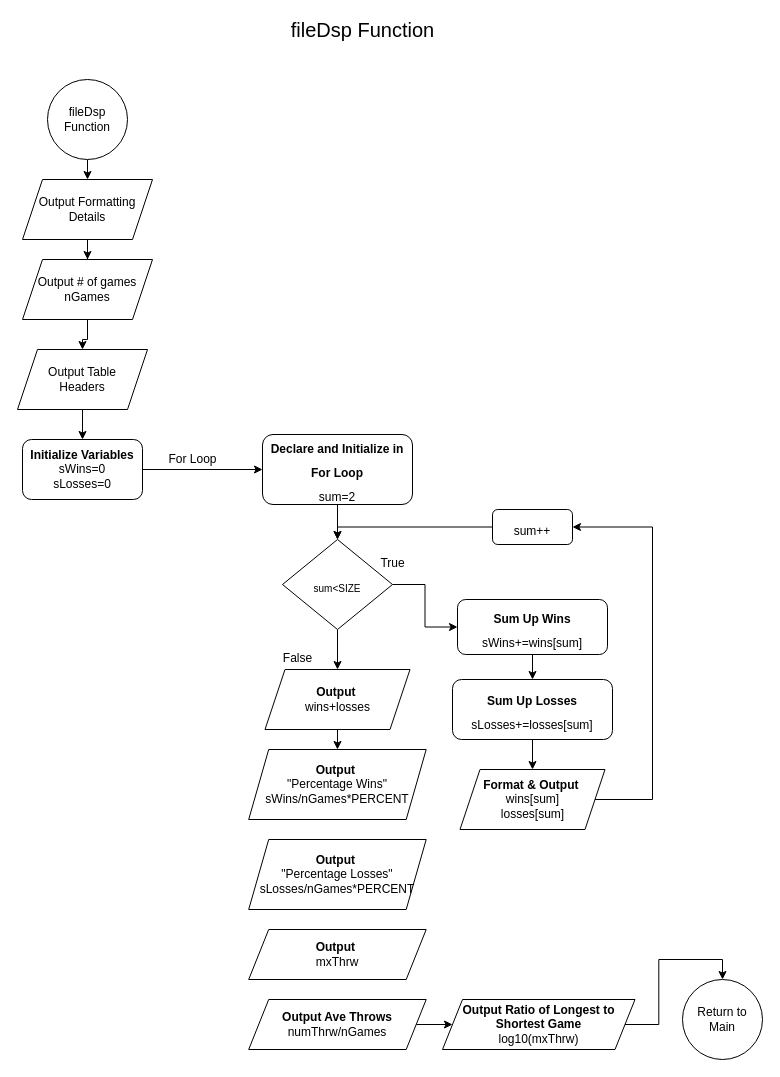
This is page "Page-6" (6 of 7) of Lab/Untitled Diagram.drawio from ce2791334/EnglandCody_CSC17A_49287, a draw.io file, before an edit. Source tidied: cells renumbered, new cells numbered last; positions are measured from the earlier drawing's top-left corner, leaving out a move shared by most shapes. Both pictures are drawn from the tidied source at 100%, with x=0, y=0 at pixel (17, 19).
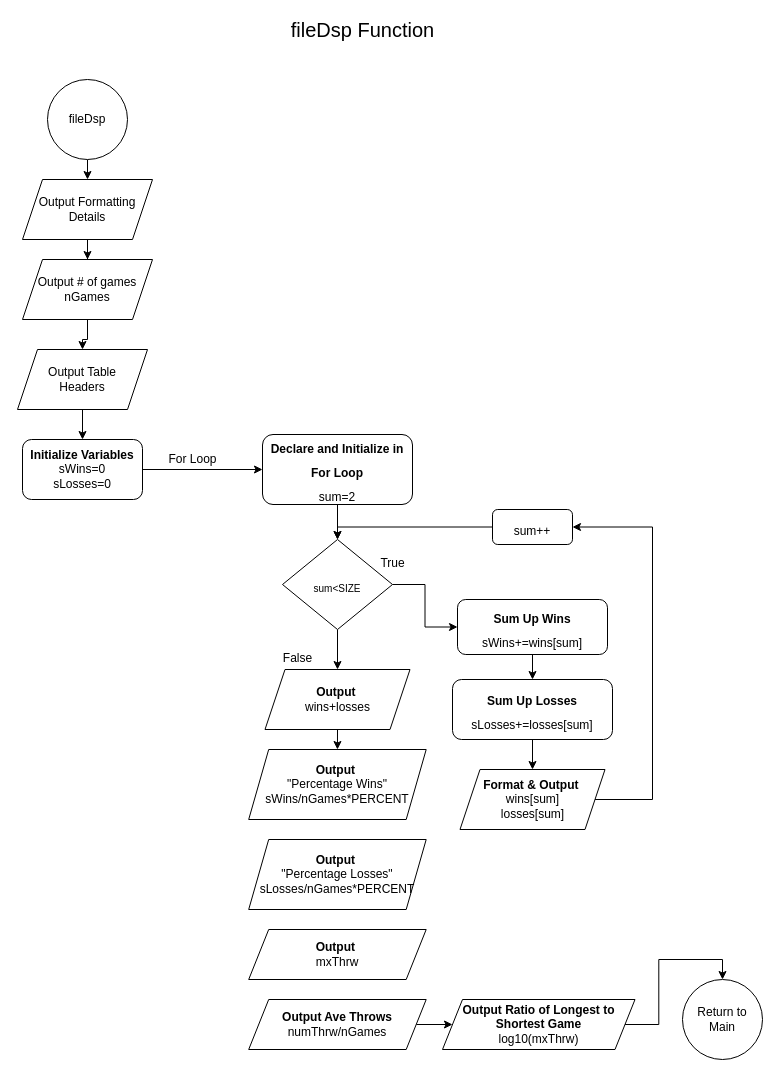
The same diagram, later.

The edit, as a diff of the source:
```diff
@@
-    <mxCell id="4" value="fileDsp Function" style="ellipse;whiteSpace=wrap;html=1;strokeWidth=1;fontSize=12;align=center;" parent="1" vertex="1">
+    <mxCell id="4" value="fileDsp" style="ellipse;whiteSpace=wrap;html=1;strokeWidth=1;fontSize=12;align=center;" parent="1" vertex="1">
       <mxGeometry x="30" y="60" width="80" height="80" as="geometry" />
     </mxCell>
```
